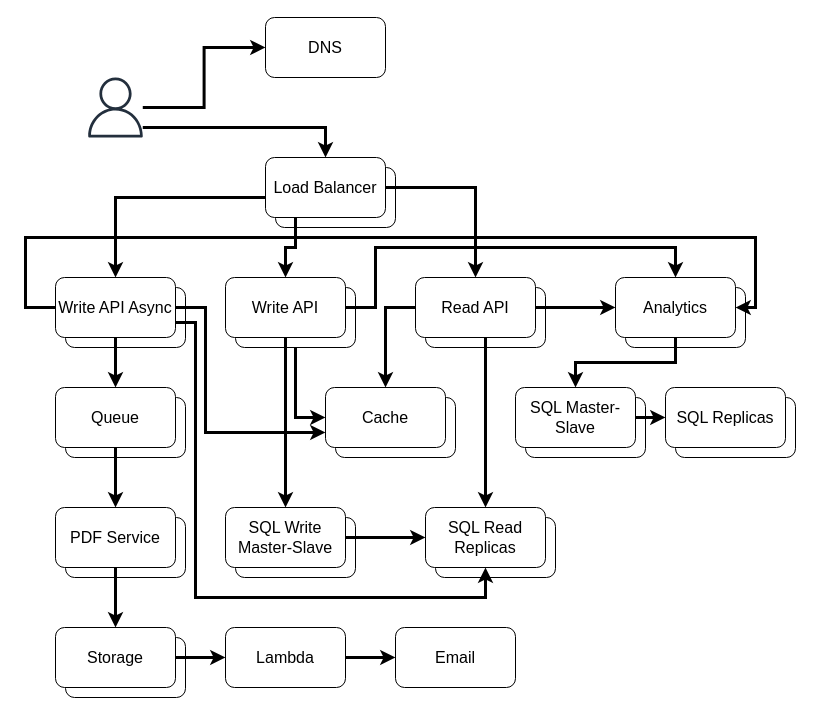
Earlier version of the draw.io diagram documents/improved-infrastructure.drawio (david-slatinek/kf34). Source tidied: cells renumbered, new cells numbered last; positions are measured from the earlier drawing's top-left corner, leaving out a move shared by most shapes. Both pictures are drawn from the tidied source at 100%, with x=0, y=0 at pixel (25, 17).
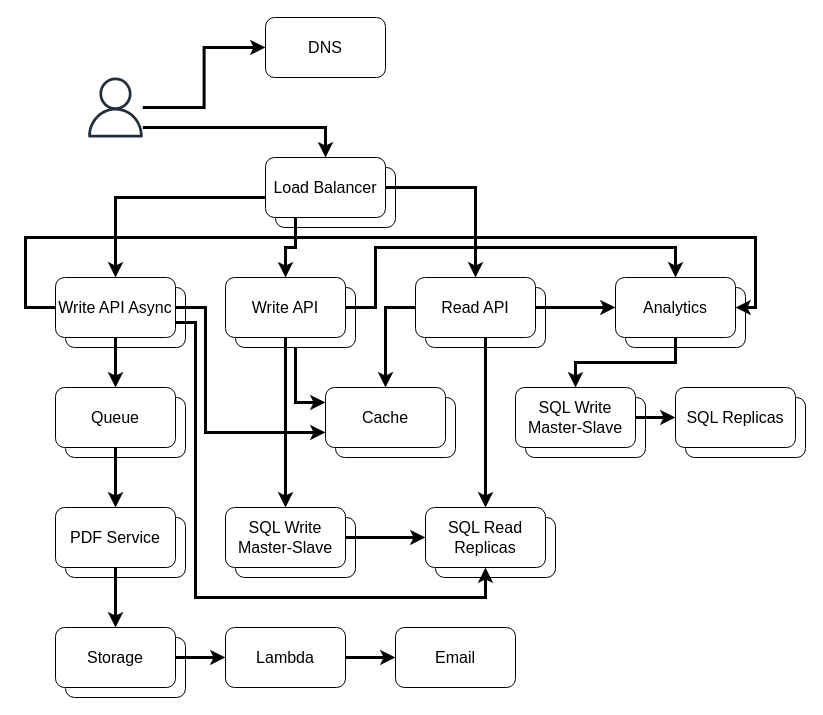
After the change.

Commit message (it also covers changes not shown here):
Update improved-infrastructure

Unchanged cells that the change refers to:
```xml
<mxCell id="22" value="&lt;div&gt;&lt;br&gt;&lt;/div&gt;" style="rounded=1;whiteSpace=wrap;html=1;fontSize=16;" parent="1" vertex="1">
  <mxGeometry x="210" y="270" width="120" height="60" as="geometry" />
</mxCell>
<mxCell id="45" value="Cache" style="rounded=1;whiteSpace=wrap;html=1;fontSize=16;" parent="1" vertex="1">
  <mxGeometry x="300" y="370" width="120" height="60" as="geometry" />
</mxCell>
```

Change to the diagram source:
```diff
@@
     <mxCell id="6" style="rounded=1;whiteSpace=wrap;html=1;fontSize=16;" parent="1" vertex="1">
-      <mxGeometry x="650" y="380" width="120" height="60" as="geometry" />
+      <mxGeometry x="660" y="380" width="120" height="60" as="geometry" />
     </mxCell>
@@
-    <mxCell id="21" style="edgeStyle=orthogonalEdgeStyle;rounded=0;jettySize=auto;html=1;entryX=0;entryY=0.5;entryDx=0;entryDy=0;fontSize=16;strokeWidth=3;" parent="1" edge="1" source="22" target="45">
+    <mxCell id="21" style="edgeStyle=orthogonalEdgeStyle;rounded=0;jettySize=auto;html=1;entryX=0;entryY=0.25;entryDx=0;entryDy=0;fontSize=16;strokeWidth=3;" parent="1" edge="1" source="22" target="45">
       <mxGeometry relative="1" as="geometry" />
     </mxCell>
@@
-    <mxCell id="49" value="SQL Master-Slave" style="rounded=1;whiteSpace=wrap;html=1;fontSize=16;" parent="1" vertex="1">
+    <mxCell id="49" value="SQL Write Master-Slave" style="rounded=1;whiteSpace=wrap;html=1;fontSize=16;" parent="1" vertex="1">
       <mxGeometry x="490" y="370" width="120" height="60" as="geometry" />
     </mxCell>
     <mxCell id="50" value="SQL Replicas" style="rounded=1;whiteSpace=wrap;html=1;fontSize=16;" parent="1" vertex="1">
-      <mxGeometry x="640" y="370" width="120" height="60" as="geometry" />
+      <mxGeometry x="650" y="370" width="120" height="60" as="geometry" />
     </mxCell>
```
